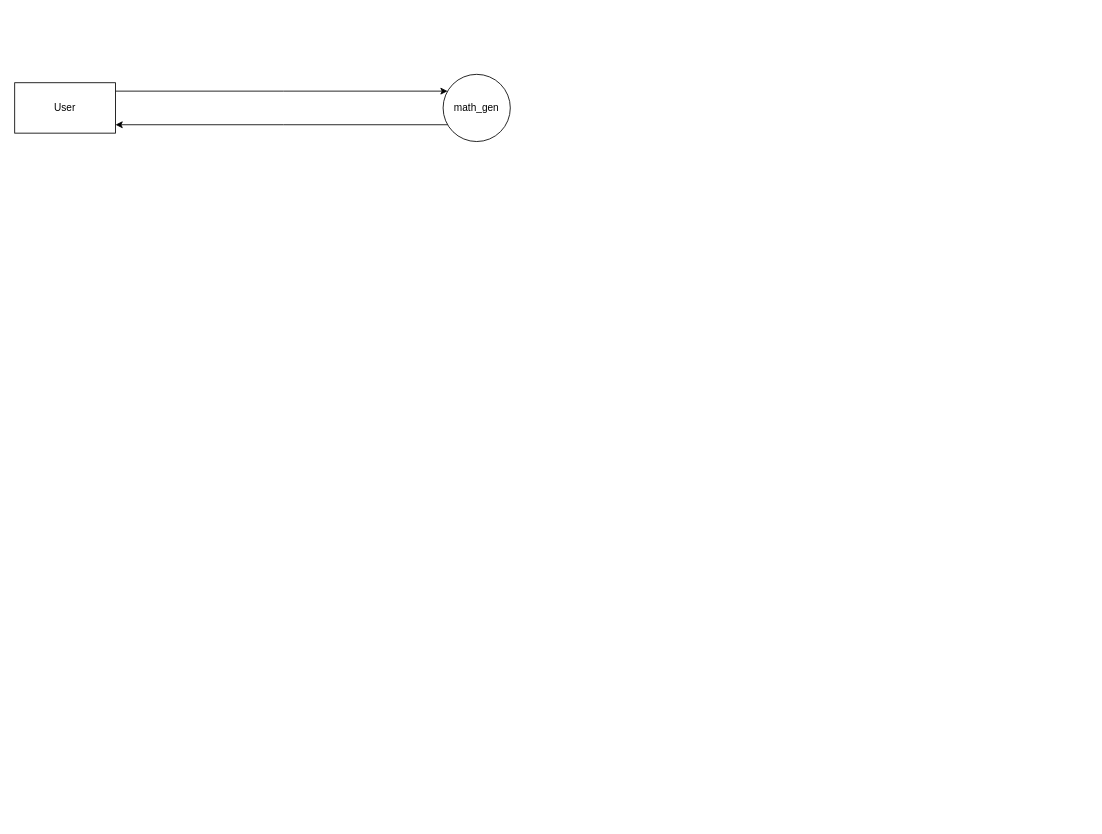
The draw.io diagram page "Data Flow Diagram" (3 of 9) of docs/project_diagrams.drawio in jagrutgala/SEM-VI-Project, before the edit. Source tidied: cells renumbered, new cells numbered last; positions are measured from the earlier drawing's top-left corner, leaving out a move shared by most shapes. Both pictures are drawn from the tidied source at 84%, with x=0, y=0 at pixel (14, 74).
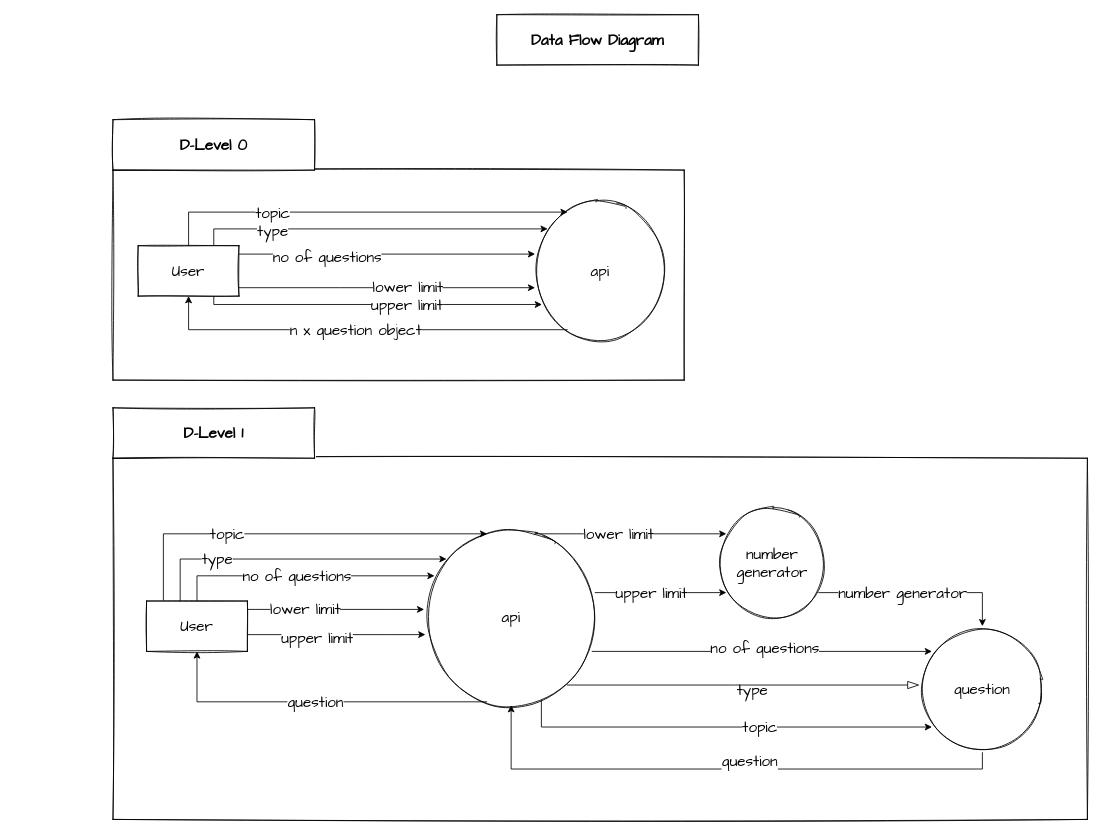
Above is the later version.

The edit, as a diff of the source:
```diff
@@
-    <mxCell id="2" style="edgeStyle=orthogonalEdgeStyle;rounded=0;jettySize=auto;html=1;" parent="1" edge="1" source="3" target="5">
-      <mxGeometry relative="1" as="geometry">
-        <Array as="points">
-          <mxPoint x="320" y="60" />
-          <mxPoint x="320" y="60" />
-        </Array>
-      </mxGeometry>
-    </mxCell>
+    <mxCell id="6" style="group;fontFamily=Comic Sans MS;fontSize=18;sketch=1;" parent="1" vertex="1">
+      <mxGeometry x="117" y="54" width="680" height="310" as="geometry" />
+    </mxCell>
+    <mxCell id="7" style="rounded=0;whiteSpace=wrap;html=1;fontFamily=Comic Sans MS;fontSize=18;fontColor=default;strokeColor=default;fillColor=default;sketch=1;" parent="6" vertex="1">
+      <mxGeometry y="60" width="680" height="250" as="geometry" />
+    </mxCell>
-    <mxCell id="3" value="math_gen" style="ellipse;whiteSpace=wrap;html=1;" parent="1" vertex="1">
-      <mxGeometry x="510" width="80" height="80" as="geometry" />
+    <mxCell id="3" value="api" style="ellipse;whiteSpace=wrap;html=1;fontFamily=Comic Sans MS;fontSize=18;sketch=1;" parent="6" vertex="1">
+      <mxGeometry x="500" y="100" width="160" height="160" as="geometry" />
     </mxCell>
-    <mxCell id="4" style="edgeStyle=orthogonalEdgeStyle;rounded=0;jettySize=auto;html=1;" parent="1" edge="1" source="5" target="3">
+    <mxCell id="4" style="edgeStyle=orthogonalEdgeStyle;rounded=0;jettySize=auto;html=1;fontFamily=Comic Sans MS;fontSize=18;" parent="6" edge="1" source="5" target="3">
       <mxGeometry relative="1" as="geometry">
         <Array as="points">
-          <mxPoint x="320" y="20" />
-          <mxPoint x="320" y="20" />
+          <mxPoint x="90" y="110" />
         </Array>
       </mxGeometry>
     </mxCell>
+    <mxCell id="8" value="topic" style="edgeLabel;html=1;align=center;verticalAlign=middle;fontFamily=Comic Sans MS;fontSize=18;" parent="4" vertex="1">
+      <mxGeometry x="-0.55" relative="1" as="geometry">
+        <mxPoint x="28" as="offset" />
+      </mxGeometry>
+    </mxCell>
+    <mxCell id="9" style="edgeStyle=orthogonalEdgeStyle;rounded=0;jettySize=auto;html=1;fontFamily=Comic Sans MS;fontSize=18;" parent="6" edge="1" source="5" target="3">
+      <mxGeometry relative="1" as="geometry">
+        <Array as="points">
+          <mxPoint x="120" y="130" />
+        </Array>
+      </mxGeometry>
+    </mxCell>
+    <mxCell id="10" value="type" style="edgeLabel;html=1;align=center;verticalAlign=middle;fontFamily=Comic Sans MS;fontSize=18;" parent="9" vertex="1">
+      <mxGeometry x="-0.74" y="-2" relative="1" as="geometry">
+        <mxPoint x="35" as="offset" />
+      </mxGeometry>
+    </mxCell>
+    <mxCell id="11" style="edgeStyle=orthogonalEdgeStyle;rounded=0;jettySize=auto;html=1;fontFamily=Comic Sans MS;fontSize=18;" parent="6" edge="1" source="5" target="3">
+      <mxGeometry relative="1" as="geometry">
+        <Array as="points">
+          <mxPoint x="190" y="160" />
+          <mxPoint x="190" y="160" />
+        </Array>
+      </mxGeometry>
+    </mxCell>
+    <mxCell id="12" value="no of questions" style="edgeLabel;html=1;align=center;verticalAlign=middle;fontFamily=Comic Sans MS;fontSize=18;" parent="11" vertex="1">
+      <mxGeometry x="-0.41" y="-3" relative="1" as="geometry" />
+    </mxCell>
+    <mxCell id="13" style="edgeStyle=orthogonalEdgeStyle;rounded=0;jettySize=auto;html=1;fontFamily=Comic Sans MS;fontSize=18;" parent="6" edge="1" source="5" target="3">
+      <mxGeometry relative="1" as="geometry">
+        <Array as="points">
+          <mxPoint x="270" y="200" />
+          <mxPoint x="270" y="200" />
+        </Array>
+      </mxGeometry>
+    </mxCell>
+    <mxCell id="14" value="lower limit" style="edgeLabel;html=1;align=center;verticalAlign=middle;fontFamily=Comic Sans MS;fontSize=18;" parent="13" vertex="1">
+      <mxGeometry x="-0.35" y="1" relative="1" as="geometry">
+        <mxPoint x="85" as="offset" />
+      </mxGeometry>
+    </mxCell>
+    <mxCell id="15" style="edgeStyle=orthogonalEdgeStyle;rounded=0;jettySize=auto;html=1;fontFamily=Comic Sans MS;fontSize=18;" parent="6" edge="1" source="5" target="3">
+      <mxGeometry relative="1" as="geometry">
+        <Array as="points">
+          <mxPoint x="120" y="220" />
+        </Array>
+      </mxGeometry>
+    </mxCell>
+    <mxCell id="16" value="upper limit" style="edgeLabel;html=1;align=center;verticalAlign=middle;fontFamily=Comic Sans MS;fontSize=18;" parent="15" vertex="1">
+      <mxGeometry x="-0.23" y="-3" relative="1" as="geometry">
+        <mxPoint x="85" y="-3" as="offset" />
+      </mxGeometry>
+    </mxCell>
-    <mxCell id="5" value="User" style="rounded=0;whiteSpace=wrap;html=1;" parent="1" vertex="1">
-      <mxGeometry y="10" width="120" height="60" as="geometry" />
+    <mxCell id="5" value="User" style="rounded=0;whiteSpace=wrap;html=1;fontFamily=Comic Sans MS;fontSize=18;sketch=1;" parent="6" vertex="1">
+      <mxGeometry x="30" y="150" width="120" height="60" as="geometry" />
     </mxCell>
+    <mxCell id="2" style="edgeStyle=orthogonalEdgeStyle;rounded=0;jettySize=auto;html=1;fontFamily=Comic Sans MS;fontSize=18;" parent="6" edge="1" source="3" target="5">
+      <mxGeometry relative="1" as="geometry">
+        <Array as="points">
+          <mxPoint x="90" y="250" />
+        </Array>
+      </mxGeometry>
+    </mxCell>
+    <mxCell id="17" value="n x question object" style="edgeLabel;html=1;align=center;verticalAlign=middle;fontFamily=Comic Sans MS;fontSize=18;" parent="2" vertex="1">
+      <mxGeometry x="0.01" y="4" relative="1" as="geometry">
+        <mxPoint x="-5" y="-4" as="offset" />
+      </mxGeometry>
+    </mxCell>
+    <mxCell id="18" value="D-Level 0" style="text;align=center;fontStyle=1;verticalAlign=middle;spacingLeft=3;spacingRight=3;strokeColor=default;fontFamily=Comic Sans MS;fontSize=18;fontColor=default;fillColor=default;html=1;whiteSpace=wrap;sketch=1;" parent="6" vertex="1">
+      <mxGeometry width="240" height="60" as="geometry" />
+    </mxCell>
+    <mxCell id="19" style="group;sketch=1;fontFamily=Comic Sans MS;fontSize=18;" parent="1" vertex="1">
+      <mxGeometry x="117" y="397" width="1160" height="490" as="geometry" />
+    </mxCell>
+    <mxCell id="20" style="rounded=0;whiteSpace=wrap;html=1;fontFamily=Comic Sans MS;fontSize=18;fontColor=default;strokeColor=default;fillColor=default;sketch=1;" parent="19" vertex="1">
+      <mxGeometry y="60" width="1160" height="430" as="geometry" />
+    </mxCell>
+    <mxCell id="21" value="api" style="ellipse;whiteSpace=wrap;html=1;fontFamily=Comic Sans MS;fontSize=18;sketch=1;" parent="19" vertex="1">
+      <mxGeometry x="370" y="146" width="208" height="208" as="geometry" />
+    </mxCell>
+    <mxCell id="22" style="edgeStyle=orthogonalEdgeStyle;rounded=0;jettySize=auto;html=1;fontFamily=Comic Sans MS;fontSize=18;" parent="19" edge="1" source="32" target="21">
+      <mxGeometry relative="1" as="geometry">
+        <Array as="points">
+          <mxPoint x="60" y="150" />
+        </Array>
+      </mxGeometry>
+    </mxCell>
+    <mxCell id="23" value="topic" style="edgeLabel;html=1;align=center;verticalAlign=middle;fontFamily=Comic Sans MS;fontSize=18;" parent="22" vertex="1">
+      <mxGeometry x="-0.55" relative="1" as="geometry">
+        <mxPoint x="50" as="offset" />
+      </mxGeometry>
+    </mxCell>
+    <mxCell id="24" style="edgeStyle=orthogonalEdgeStyle;rounded=0;jettySize=auto;html=1;fontFamily=Comic Sans MS;fontSize=18;" parent="19" edge="1" source="32" target="21">
+      <mxGeometry relative="1" as="geometry">
+        <Array as="points">
+          <mxPoint x="80" y="180" />
+        </Array>
+      </mxGeometry>
+    </mxCell>
+    <mxCell id="25" value="type" style="edgeLabel;html=1;align=center;verticalAlign=middle;fontFamily=Comic Sans MS;fontSize=18;" parent="24" vertex="1">
+      <mxGeometry x="-0.74" y="-2" relative="1" as="geometry">
+        <mxPoint x="41" y="-2" as="offset" />
+      </mxGeometry>
+    </mxCell>
+    <mxCell id="26" style="edgeStyle=orthogonalEdgeStyle;rounded=0;jettySize=auto;html=1;fontFamily=Comic Sans MS;fontSize=18;" parent="19" edge="1" source="32" target="21">
+      <mxGeometry relative="1" as="geometry">
+        <Array as="points">
+          <mxPoint x="100" y="200" />
+        </Array>
+      </mxGeometry>
+    </mxCell>
+    <mxCell id="27" value="no of questions" style="edgeLabel;html=1;align=center;verticalAlign=middle;fontFamily=Comic Sans MS;fontSize=18;" parent="26" vertex="1">
+      <mxGeometry x="-0.41" y="-3" relative="1" as="geometry">
+        <mxPoint x="56" y="-3" as="offset" />
+      </mxGeometry>
+    </mxCell>
+    <mxCell id="28" style="edgeStyle=orthogonalEdgeStyle;rounded=0;jettySize=auto;html=1;fontFamily=Comic Sans MS;fontSize=18;" parent="19" edge="1" source="32" target="21">
+      <mxGeometry relative="1" as="geometry">
+        <Array as="points">
+          <mxPoint x="324" y="240" />
+          <mxPoint x="324" y="240" />
+        </Array>
+      </mxGeometry>
+    </mxCell>
+    <mxCell id="29" value="lower limit" style="edgeLabel;html=1;align=center;verticalAlign=middle;fontFamily=Comic Sans MS;fontSize=18;" parent="28" vertex="1">
+      <mxGeometry x="-0.35" y="1" relative="1" as="geometry" />
+    </mxCell>
+    <mxCell id="30" style="edgeStyle=orthogonalEdgeStyle;rounded=0;jettySize=auto;html=1;fontFamily=Comic Sans MS;fontSize=18;" parent="19" edge="1" source="32" target="21">
+      <mxGeometry relative="1" as="geometry">
+        <Array as="points">
+          <mxPoint x="324" y="270" />
+          <mxPoint x="324" y="270" />
+        </Array>
+      </mxGeometry>
+    </mxCell>
+    <mxCell id="31" value="upper limit" style="edgeLabel;html=1;align=center;verticalAlign=middle;fontFamily=Comic Sans MS;fontSize=18;" parent="30" vertex="1">
+      <mxGeometry x="-0.23" y="-3" relative="1" as="geometry" />
+    </mxCell>
+    <mxCell id="32" value="User" style="rounded=0;whiteSpace=wrap;html=1;fontFamily=Comic Sans MS;fontSize=18;sketch=1;" parent="19" vertex="1">
+      <mxGeometry x="40" y="230" width="120" height="60" as="geometry" />
+    </mxCell>
+    <mxCell id="33" style="edgeStyle=orthogonalEdgeStyle;rounded=0;jettySize=auto;html=1;fontFamily=Comic Sans MS;fontSize=18;" parent="19" edge="1" source="21" target="32">
+      <mxGeometry relative="1" as="geometry">
+        <Array as="points">
+          <mxPoint x="474" y="350" />
+          <mxPoint x="174" y="350" />
+        </Array>
+      </mxGeometry>
+    </mxCell>
+    <mxCell id="34" value="question" style="edgeLabel;html=1;align=center;verticalAlign=middle;fontFamily=Comic Sans MS;fontSize=18;" parent="33" vertex="1">
+      <mxGeometry x="0.01" y="4" relative="1" as="geometry">
+        <mxPoint y="-4" as="offset" />
+      </mxGeometry>
+    </mxCell>
+    <mxCell id="35" value="number generator" style="ellipse;whiteSpace=wrap;html=1;fontFamily=Comic Sans MS;fontSize=18;sketch=1;" parent="19" vertex="1">
+      <mxGeometry x="720" y="120" width="130" height="130" as="geometry" />
+    </mxCell>
+    <mxCell id="36" style="edgeStyle=orthogonalEdgeStyle;rounded=0;jettySize=auto;html=1;fontFamily=Comic Sans MS;fontSize=18;" parent="19" edge="1" source="21" target="35">
+      <mxGeometry relative="1" as="geometry">
+        <Array as="points">
+          <mxPoint x="660" y="220" />
+          <mxPoint x="660" y="220" />
+        </Array>
+      </mxGeometry>
+    </mxCell>
+    <mxCell id="37" value="upper limit" style="edgeLabel;html=1;align=center;verticalAlign=middle;fontFamily=Comic Sans MS;fontSize=18;" parent="36" vertex="1">
+      <mxGeometry x="-0.21" y="-5" relative="1" as="geometry">
+        <mxPoint x="5" y="-5" as="offset" />
+      </mxGeometry>
+    </mxCell>
+    <mxCell id="38" style="edgeStyle=orthogonalEdgeStyle;rounded=0;jettySize=auto;html=1;fontFamily=Comic Sans MS;fontSize=18;" parent="19" edge="1" source="21" target="35">
+      <mxGeometry relative="1" as="geometry">
+        <Array as="points">
+          <mxPoint x="640" y="150" />
+          <mxPoint x="640" y="150" />
+        </Array>
+      </mxGeometry>
+    </mxCell>
+    <mxCell id="39" value="lower limit" style="edgeLabel;html=1;align=center;verticalAlign=middle;fontFamily=Comic Sans MS;fontSize=18;" parent="38" vertex="1">
+      <mxGeometry x="-0.16" relative="1" as="geometry">
+        <mxPoint x="3" as="offset" />
+      </mxGeometry>
+    </mxCell>
+    <mxCell id="40" style="edgeStyle=orthogonalEdgeStyle;rounded=0;jettySize=auto;html=1;fontFamily=Comic Sans MS;fontSize=18;" parent="19" edge="1" source="42" target="21">
+      <mxGeometry relative="1" as="geometry">
+        <Array as="points">
+          <mxPoint x="1035" y="430" />
+          <mxPoint x="474" y="430" />
+        </Array>
+      </mxGeometry>
+    </mxCell>
+    <mxCell id="41" value="question" style="edgeLabel;html=1;align=center;verticalAlign=middle;fontFamily=Comic Sans MS;fontSize=18;" parent="40" vertex="1">
+      <mxGeometry x="0.04" relative="1" as="geometry">
+        <mxPoint x="44" y="-10" as="offset" />
+      </mxGeometry>
+    </mxCell>
+    <mxCell id="42" value="question" style="ellipse;whiteSpace=wrap;html=1;direction=south;fontFamily=Comic Sans MS;fontSize=18;sketch=1;" parent="19" vertex="1">
+      <mxGeometry x="960" y="260" width="150" height="150" as="geometry" />
+    </mxCell>
+    <mxCell id="43" style="rounded=0;jettySize=auto;html=1;edgeStyle=orthogonalEdgeStyle;fontFamily=Comic Sans MS;fontSize=18;" parent="19" edge="1" source="21" target="42">
+      <mxGeometry relative="1" as="geometry">
+        <Array as="points">
+          <mxPoint x="770" y="290" />
+          <mxPoint x="770" y="290" />
+        </Array>
+      </mxGeometry>
+    </mxCell>
+    <mxCell id="44" value="type" style="edgeLabel;html=1;align=center;verticalAlign=middle;fontFamily=Comic Sans MS;fontSize=18;" parent="43" vertex="1">
+      <mxGeometry x="0.11" y="2" relative="1" as="geometry">
+        <mxPoint x="-35" y="47" as="offset" />
+      </mxGeometry>
+    </mxCell>
+    <mxCell id="45" style="rounded=0;jettySize=auto;html=1;edgeStyle=orthogonalEdgeStyle;fontFamily=Comic Sans MS;fontSize=18;" parent="19" edge="1" source="21" target="42">
+      <mxGeometry relative="1" as="geometry">
+        <Array as="points">
+          <mxPoint x="510" y="380" />
+        </Array>
+      </mxGeometry>
+    </mxCell>
+    <mxCell id="46" value="topic" style="edgeLabel;html=1;align=center;verticalAlign=middle;fontFamily=Comic Sans MS;fontSize=18;" parent="45" vertex="1">
+      <mxGeometry x="0.12" relative="1" as="geometry">
+        <mxPoint x="13" y="-1" as="offset" />
+      </mxGeometry>
+    </mxCell>
+    <mxCell id="47" style="edgeStyle=orthogonalEdgeStyle;rounded=0;jumpSize=12;jettySize=auto;html=1;fontFamily=Comic Sans MS;fontSize=18;fontColor=default;endArrow=blockThin;endFill=0;startSize=12;endSize=12;sourcePerimeterSpacing=0;targetPerimeterSpacing=0;" parent="19" edge="1" source="21" target="42">
+      <mxGeometry relative="1" as="geometry">
+        <Array as="points">
+          <mxPoint x="740" y="330" />
+          <mxPoint x="740" y="330" />
+        </Array>
+      </mxGeometry>
+    </mxCell>
+    <mxCell id="48" value="no of questions" style="edgeLabel;html=1;align=center;verticalAlign=middle;fontSize=18;fontFamily=Comic Sans MS;fontColor=default;rotation=0;" parent="47" vertex="1">
+      <mxGeometry x="-0.65" relative="1" as="geometry">
+        <mxPoint x="162" y="-45" as="offset" />
+      </mxGeometry>
+    </mxCell>
+    <mxCell id="49" style="edgeStyle=orthogonalEdgeStyle;rounded=0;jettySize=auto;html=1;fontFamily=Comic Sans MS;fontSize=18;" parent="19" edge="1" source="35" target="42">
+      <mxGeometry relative="1" as="geometry">
+        <Array as="points">
+          <mxPoint x="1035" y="220" />
+        </Array>
+      </mxGeometry>
+    </mxCell>
+    <mxCell id="50" value="number generator" style="edgeLabel;html=1;align=center;verticalAlign=middle;rotation=0;fontFamily=Comic Sans MS;fontSize=18;" parent="49" vertex="1">
+      <mxGeometry x="0.25" y="-1" relative="1" as="geometry">
+        <mxPoint x="-47" y="-1" as="offset" />
+      </mxGeometry>
+    </mxCell>
+    <mxCell id="51" value="D-Level 1" style="text;align=center;fontStyle=1;verticalAlign=middle;spacingLeft=3;spacingRight=3;strokeColor=default;fontFamily=Comic Sans MS;fontSize=18;fontColor=default;fillColor=default;html=1;whiteSpace=wrap;sketch=1;" parent="19" vertex="1">
+      <mxGeometry width="240" height="60" as="geometry" />
+    </mxCell>
+    <mxCell id="52" value="Data Flow Diagram" style="text;align=center;fontStyle=1;verticalAlign=middle;spacingLeft=3;spacingRight=3;strokeColor=default;fontFamily=Comic Sans MS;fontSize=18;fontColor=default;fillColor=default;html=1;whiteSpace=wrap;sketch=1;" parent="1" vertex="1">
+      <mxGeometry x="574" y="-71" width="240" height="60" as="geometry" />
+    </mxCell>
```
